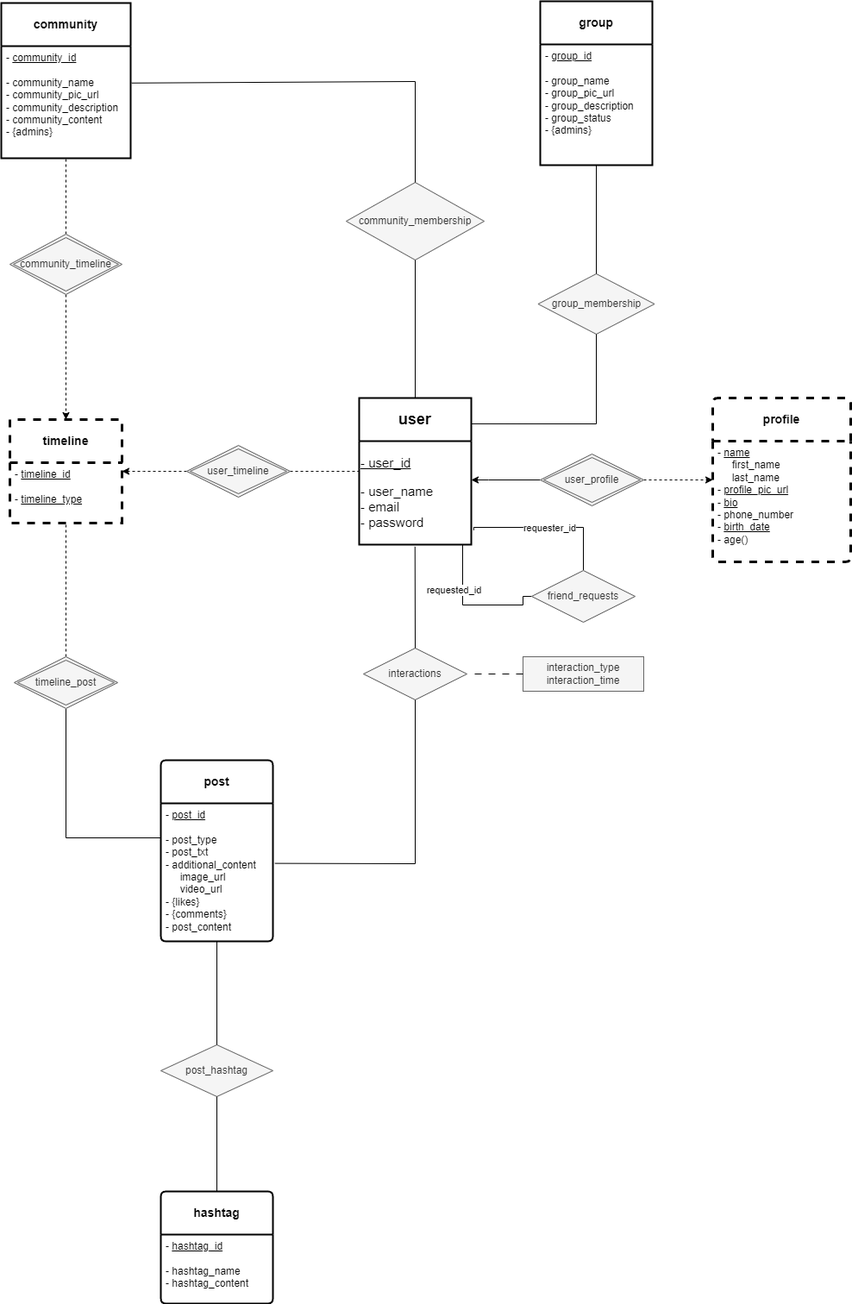
Before: new_messenger_project.drawio.png, a diagram exported from draw.io (rezaAalaei/yu-gi-oh_messenger). Source tidied: cells renumbered, new cells last; positions are measured from the earlier drawing's top-left corner, leaving out a move shared by most shapes.
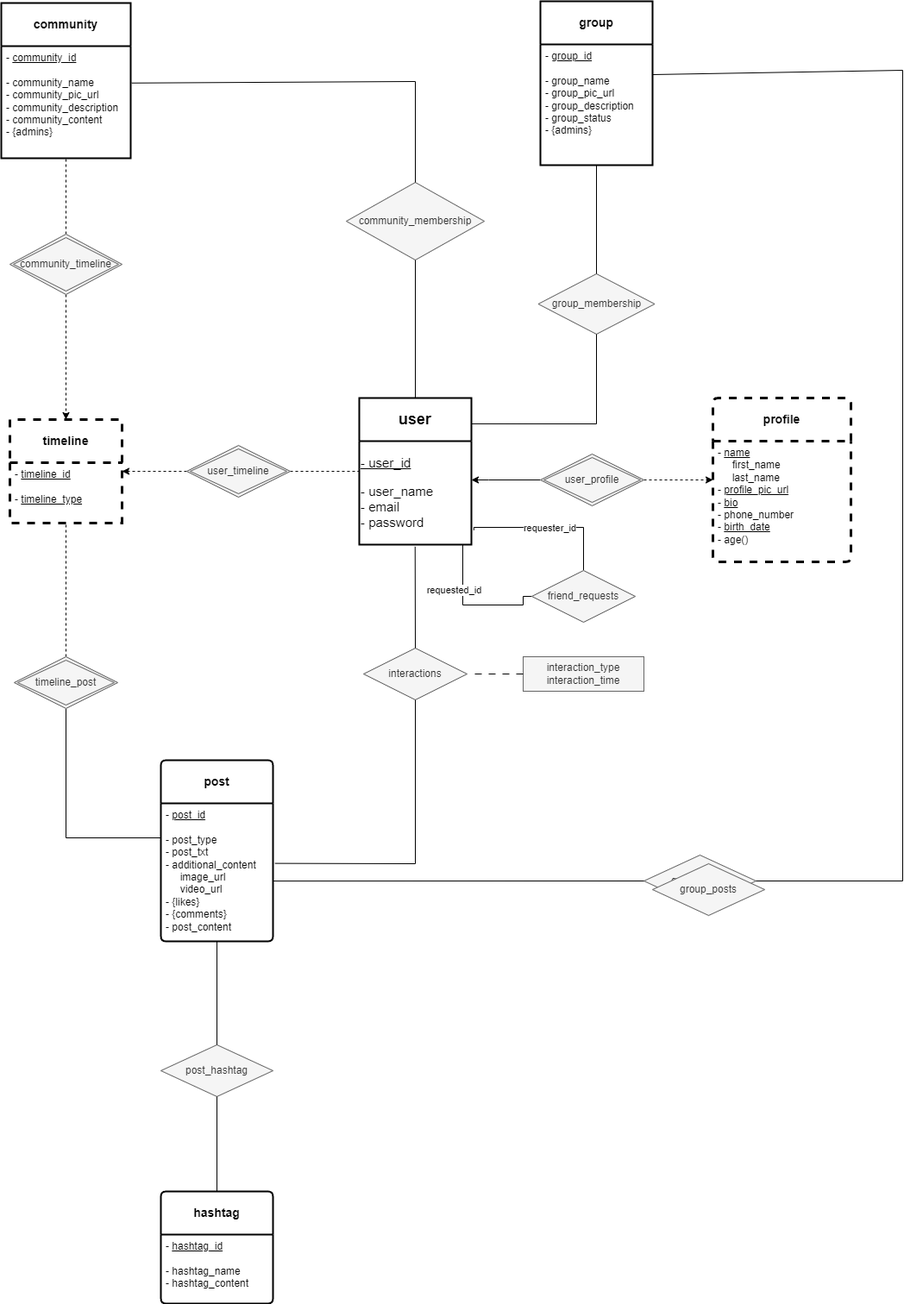
Above is the later version.

What changed in the source:
```diff
@@ -187,5 +187,22 @@
     <mxCell id="46" value="timeline_post" style="shape=rhombus;double=1;perimeter=rhombusPerimeter;whiteSpace=wrap;html=1;align=center;fillColor=#f5f5f5;fontColor=#333333;strokeColor=#666666;" parent="1" vertex="1">
       <mxGeometry x="15" y="760" width="120" height="60" as="geometry" />
     </mxCell>
+    <mxCell id="47" value="group_posts" style="shape=rhombus;perimeter=rhombusPerimeter;whiteSpace=wrap;html=1;align=center;fillColor=#f5f5f5;strokeColor=#666666;fontColor=#333333;" parent="1" vertex="1">
+      <mxGeometry x="745" y="990" width="130" height="60" as="geometry" />
+    </mxCell>
+    <mxCell id="48" style="endArrow=none;html=1;rounded=0;entryX=0;entryY=0.5;entryDx=0;entryDy=0;exitX=1;exitY=0.563;exitDx=0;exitDy=0;exitPerimeter=0;" parent="1" edge="1" source="12" target="47">
+      <mxGeometry relative="1" as="geometry" />
+    </mxCell>
+    <mxCell id="49" style="endArrow=none;html=1;rounded=0;exitX=1;exitY=0.5;exitDx=0;exitDy=0;entryX=1;entryY=0.25;entryDx=0;entryDy=0;" parent="1" edge="1" source="47" target="27">
+      <mxGeometry relative="1" as="geometry">
+        <Array as="points">
+          <mxPoint x="1045" y="1020" />
+          <mxPoint x="1045" y="80" />
+        </Array>
+      </mxGeometry>
+    </mxCell>
+    <mxCell id="50" value="group_posts" style="shape=rhombus;perimeter=rhombusPerimeter;whiteSpace=wrap;html=1;align=center;fillColor=#f5f5f5;strokeColor=#666666;fontColor=#333333;" parent="1" vertex="1">
+      <mxGeometry x="755" y="1000" width="130" height="60" as="geometry" />
+    </mxCell>
   </root>
 </mxGraphModel>
```
